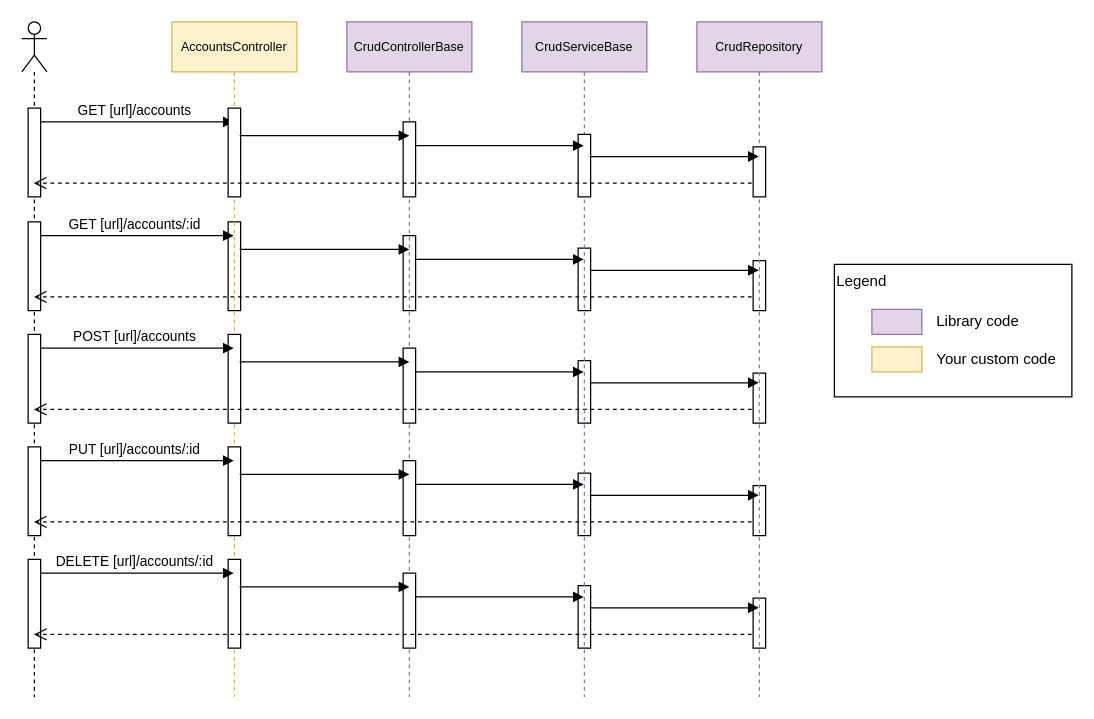
lonesomegeek/LSG.GenericCrud keeps this draw.io diagram as page "StandardCrud" (1 of 2) of docs/CustomLayers/sequence.drawio. Above is the earlier version. Source tidied: cells renumbered, new cells numbered last; positions are measured from the earlier drawing's top-left corner, leaving out a move shared by most shapes. Both pictures are drawn from the tidied source at 125%, with x=0, y=0 at pixel (21, 21).
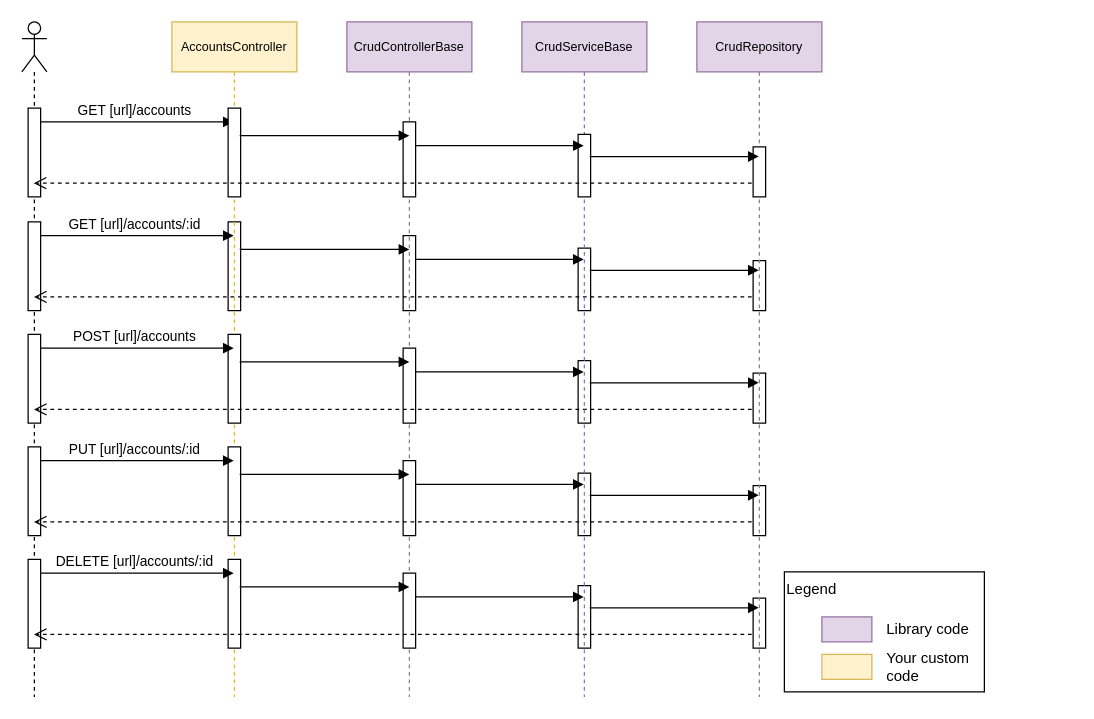
The same diagram, later.

The edit, as a diff of the source:
```diff
@@
+    <mxCell id="62" style="group;" parent="1" vertex="1">
+      <mxGeometry x="610" y="440" width="180" height="96" as="geometry" />
+    </mxCell>
-    <mxCell id="57" value="Legend" style="rounded=0;whiteSpace=wrap;html=1;align=left;labelPosition=center;verticalLabelPosition=middle;verticalAlign=top;" parent="1" vertex="1">
-      <mxGeometry x="650" y="194" width="190" height="106" as="geometry" />
+    <mxCell id="57" value="Legend" style="rounded=0;whiteSpace=wrap;html=1;align=left;labelPosition=center;verticalLabelPosition=middle;verticalAlign=top;" parent="62" vertex="1">
+      <mxGeometry width="160" height="96" as="geometry" />
     </mxCell>
-    <mxCell id="58" style="rounded=0;whiteSpace=wrap;html=1;align=left;fillColor=#e1d5e7;strokeColor=#9673a6;" parent="1" vertex="1">
-      <mxGeometry x="680" y="230" width="40" height="20" as="geometry" />
-    </mxCell>
-    <mxCell id="59" style="rounded=0;whiteSpace=wrap;html=1;align=left;fillColor=#fff2cc;strokeColor=#d6b656;" parent="1" vertex="1">
-      <mxGeometry x="680" y="260" width="40" height="20" as="geometry" />
-    </mxCell>
+    <mxCell id="63" style="rounded=0;whiteSpace=wrap;html=1;align=left;fillColor=#e1d5e7;strokeColor=#9673a6;" parent="62" vertex="1">
+      <mxGeometry x="30" y="36" width="40" height="20" as="geometry" />
+    </mxCell>
+    <mxCell id="64" style="rounded=0;whiteSpace=wrap;html=1;align=left;fillColor=#fff2cc;strokeColor=#d6b656;" parent="62" vertex="1">
+      <mxGeometry x="30" y="66" width="40" height="20" as="geometry" />
+    </mxCell>
-    <mxCell id="60" value="Library code" style="text;html=1;strokeColor=none;fillColor=none;align=left;verticalAlign=middle;whiteSpace=wrap;rounded=0;" parent="1" vertex="1">
-      <mxGeometry x="730" y="230" width="100" height="20" as="geometry" />
+    <mxCell id="60" value="Library code" style="text;html=1;strokeColor=none;fillColor=none;align=left;verticalAlign=middle;whiteSpace=wrap;rounded=0;" parent="62" vertex="1">
+      <mxGeometry x="80" y="36" width="100" height="20" as="geometry" />
     </mxCell>
-    <mxCell id="61" value="Your custom code" style="text;html=1;strokeColor=none;fillColor=none;align=left;verticalAlign=middle;whiteSpace=wrap;rounded=0;" parent="1" vertex="1">
-      <mxGeometry x="730" y="260" width="100" height="20" as="geometry" />
+    <mxCell id="61" value="Your custom code" style="text;html=1;strokeColor=none;fillColor=none;align=left;verticalAlign=middle;whiteSpace=wrap;rounded=0;" parent="62" vertex="1">
+      <mxGeometry x="80" y="66" width="70" height="20" as="geometry" />
     </mxCell>
```
